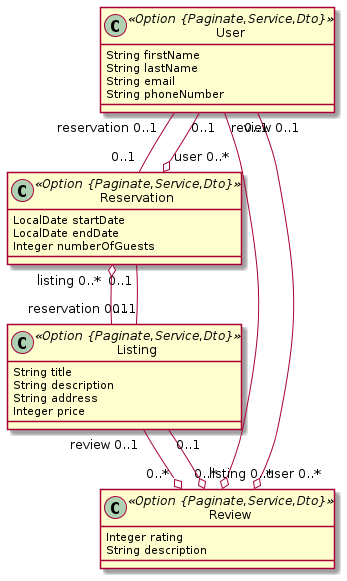
Above: airbnb.png in kevintanhongann/jhipster-jdl-collection (PlantUML), before the change.
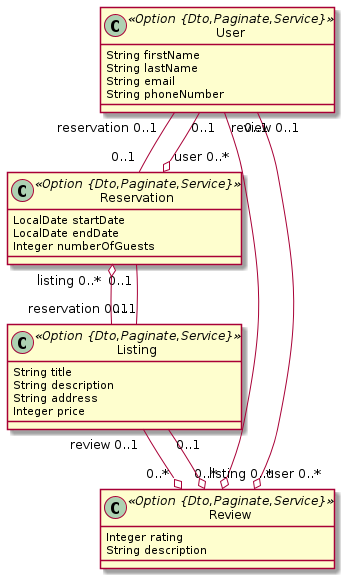
Above is the later version.

What changed in the source:
```diff
@@ -1,23 +1,23 @@
 @startuml
 	!pragma syntax class
-	class User <<Option {Paginate,Service,Dto}>> {
+	class User <<Option {Dto,Paginate,Service}>> {
 		String firstName
 		String lastName
 		String email
 		String phoneNumber
 	}
-	class Listing <<Option {Paginate,Service,Dto}>> {
+	class Listing <<Option {Dto,Paginate,Service}>> {
 		String title
 		String description
 		String address
 		Integer price
 	}
-	class Reservation <<Option {Paginate,Service,Dto}>> {
+	class Reservation <<Option {Dto,Paginate,Service}>> {
 		LocalDate startDate
 		LocalDate endDate
 		Integer numberOfGuests
 	}
-	class Review <<Option {Paginate,Service,Dto}>> {
+	class Review <<Option {Dto,Paginate,Service}>> {
 		Integer rating
 		String description
 	}
```
